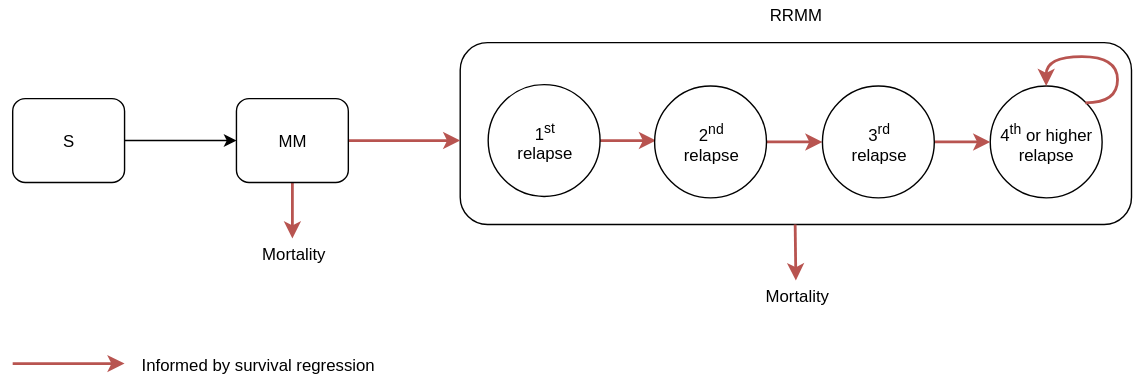
ihmeuw/vivarium_research keeps this draw.io diagram as docs/source/gbd2019_models/causes/neoplasms/multiple_myeloma/cause_model_diagram.svg. Above is the earlier version. Source tidied: cells renumbered, new cells last; positions are measured from the earlier drawing's top-left corner, leaving out a move shared by most shapes.
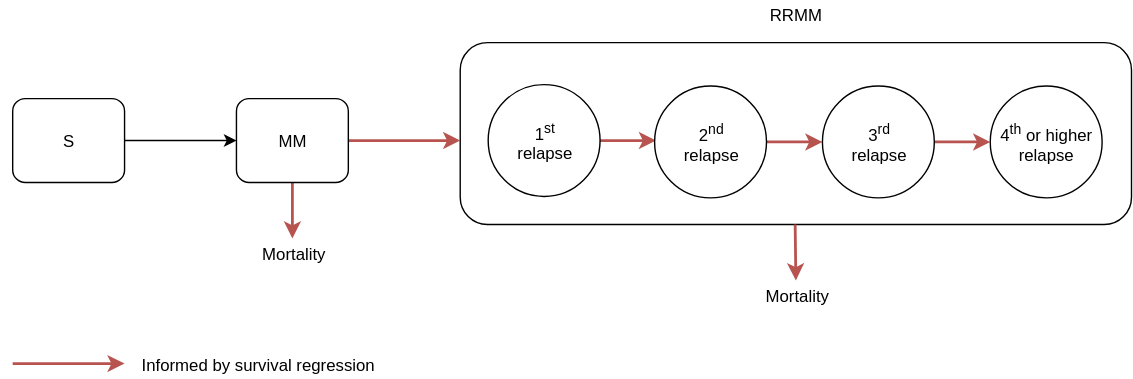
Later version of the same file.

Commit message:
add cause model validation and verification strategy

Diff of the diagram source:
```diff
@@ -60,15 +60,6 @@
     <mxCell id="16" value="Informed by survival regression" style="text;html=1;strokeColor=none;fillColor=none;align=center;verticalAlign=middle;whiteSpace=wrap;rounded=0;" parent="1" vertex="1">
       <mxGeometry x="90" y="250" width="170" height="20" as="geometry" />
     </mxCell>
-    <mxCell id="17" style="edgeStyle=orthogonalEdgeStyle;curved=1;rounded=0;orthogonalLoop=1;jettySize=auto;html=1;exitX=1;exitY=0;exitDx=0;exitDy=0;entryX=0.5;entryY=0;entryDx=0;entryDy=0;strokeWidth=2;fillColor=#f8cecc;strokeColor=#b85450;" parent="1" edge="1" source="11" target="11">
-      <mxGeometry relative="1" as="geometry">
-        <Array as="points">
-          <mxPoint x="790" y="73" />
-          <mxPoint x="790" y="40" />
-          <mxPoint x="739" y="40" />
-        </Array>
-      </mxGeometry>
-    </mxCell>
     <mxCell id="18" value="S" style="rounded=1;whiteSpace=wrap;html=1;" parent="1" vertex="1">
       <mxGeometry y="70" width="80" height="60" as="geometry" />
     </mxCell>
```
